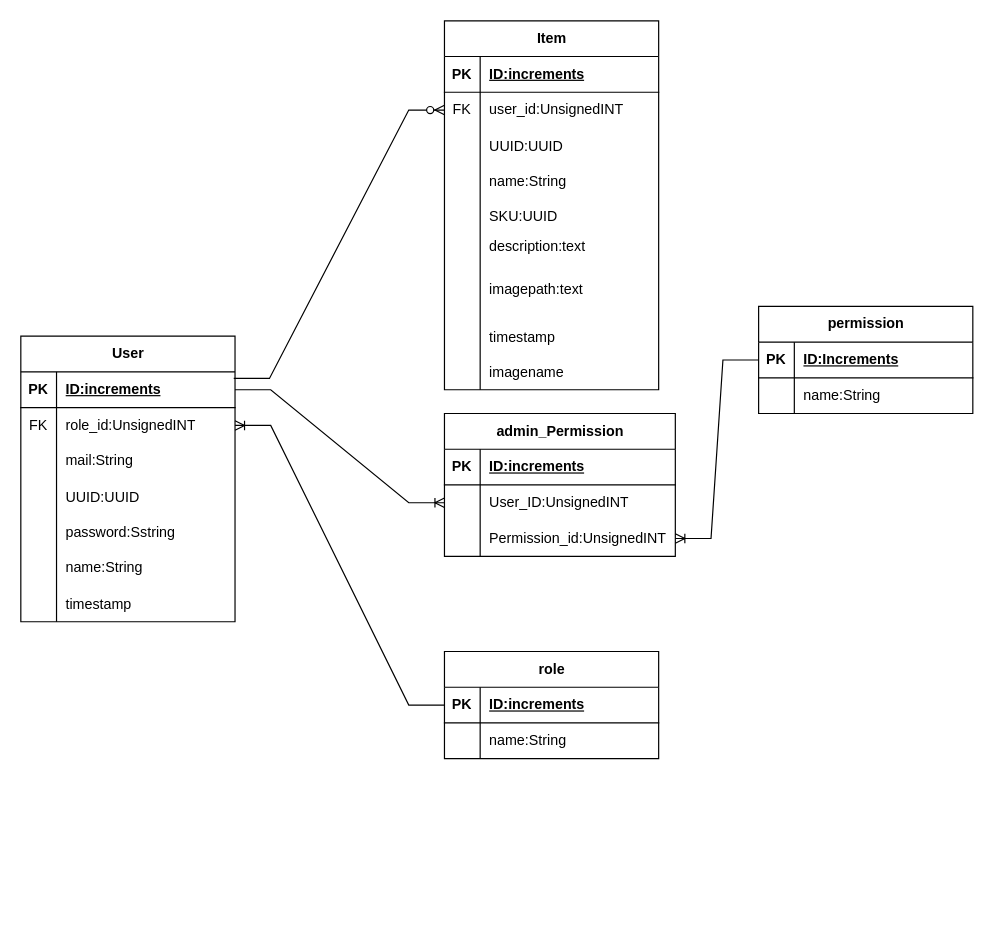
Earlier version of the draw.io diagram Document/ER.drawio (RyuseiNa/MelopanTestTask). Source tidied: cells renumbered, new cells numbered last; positions are measured from the earlier drawing's top-left corner, leaving out a move shared by most shapes. Both pictures are drawn from the tidied source at 119%, with x=0, y=0 at pixel (20, 20).
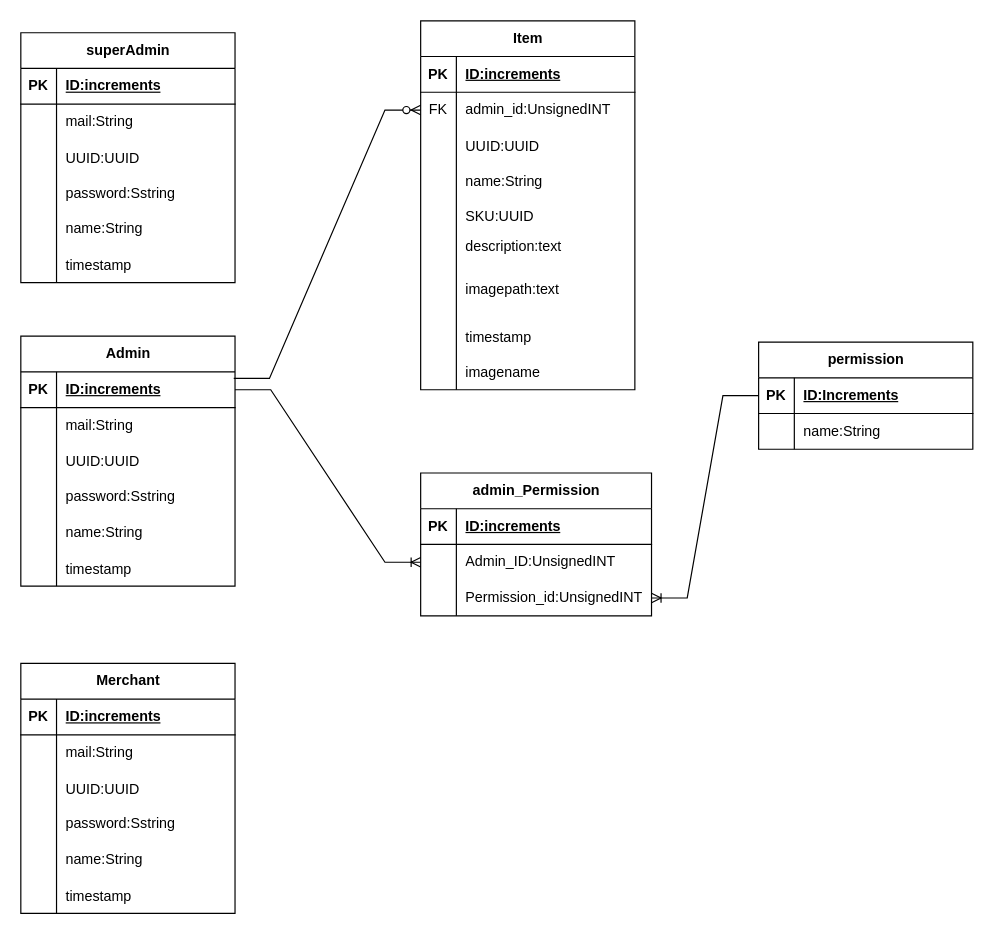
After the change.

Unchanged cells that the change refers to:
```xml
<mxCell id="6" style="shape=tableRow;horizontal=0;startSize=0;swimlaneHead=0;swimlaneBody=0;fillColor=none;points=[[0,0.5],[1,0.5]];portConstraint=eastwest;top=0;left=0;right=0;bottom=0;" parent="2" vertex="1">
  <mxGeometry y="60" width="180" height="30" as="geometry" />
</mxCell>
<mxCell id="64" style="shape=tableRow;horizontal=0;startSize=0;swimlaneHead=0;swimlaneBody=0;fillColor=none;points=[[0,0.5],[1,0.5]];portConstraint=eastwest;top=0;left=0;right=0;bottom=0;" parent="60" vertex="1">
  <mxGeometry y="60" width="194" height="30" as="geometry" />
</mxCell>
```

Change to the diagram source:
```diff
@@
     <mxCell id="2" value="Item" style="shape=table;startSize=30;childLayout=tableLayout;rowLines=0;fontStyle=1;align=center;html=1;" parent="1" vertex="1">
-      <mxGeometry x="356" width="180" height="310" as="geometry" />
+      <mxGeometry x="336" width="180" height="310" as="geometry" />
     </mxCell>
@@
-    <mxCell id="8" value="user_id:UnsignedINT" style="shape=partialRectangle;fillColor=none;top=0;left=0;bottom=0;right=0;align=left;spacingLeft=6;fontStyle=0;overflow=hidden;whiteSpace=wrap;html=1;" parent="6" vertex="1">
+    <mxCell id="8" value="admin_id:UnsignedINT" style="shape=partialRectangle;fillColor=none;top=0;left=0;bottom=0;right=0;align=left;spacingLeft=6;fontStyle=0;overflow=hidden;whiteSpace=wrap;html=1;" parent="6" vertex="1">
       <mxGeometry x="30" width="150" height="30" as="geometry" />
     </mxCell>
@@
     <mxCell id="30" value="permission" style="shape=table;startSize=30;childLayout=tableLayout;rowLines=0;fontStyle=1;align=center;html=1;" parent="1" vertex="1">
-      <mxGeometry x="620" y="240" width="180" height="90" as="geometry" />
+      <mxGeometry x="620" y="270" width="180" height="90" as="geometry" />
     </mxCell>
@@
-    <mxCell id="38" value="User&lt;br&gt;" style="shape=table;startSize=30;childLayout=tableLayout;rowLines=0;fontStyle=1;align=center;html=1;" parent="1" vertex="1">
-      <mxGeometry y="265" width="180" height="240" as="geometry" />
+    <mxCell id="38" value="Admin" style="shape=table;startSize=30;childLayout=tableLayout;rowLines=0;fontStyle=1;align=center;html=1;" parent="1" vertex="1">
+      <mxGeometry y="265" width="180" height="210" as="geometry" />
     </mxCell>
@@
-    <mxCell id="42" style="shape=tableRow;horizontal=0;startSize=0;swimlaneHead=0;swimlaneBody=0;fillColor=none;points=[[0,0.5],[1,0.5]];portConstraint=eastwest;top=0;left=0;right=0;bottom=0;" parent="38" vertex="1">
-      <mxGeometry y="60" width="180" height="30" as="geometry" />
-    </mxCell>
-    <mxCell id="43" value="FK" style="shape=partialRectangle;fillColor=none;top=0;left=0;bottom=0;right=0;fontStyle=0;overflow=hidden;whiteSpace=wrap;html=1;" parent="42" vertex="1">
-      <mxGeometry width="30" height="30" as="geometry" />
-    </mxCell>
-    <mxCell id="44" value="role_id:UnsignedINT" style="shape=partialRectangle;fillColor=none;top=0;left=0;bottom=0;right=0;align=left;spacingLeft=6;fontStyle=0;overflow=hidden;whiteSpace=wrap;html=1;" parent="42" vertex="1">
-      <mxGeometry x="30" width="150" height="30" as="geometry" />
-    </mxCell>
     <mxCell id="45" style="shape=tableRow;horizontal=0;startSize=0;swimlaneHead=0;swimlaneBody=0;fillColor=none;top=0;left=0;right=0;bottom=0;" parent="38" vertex="1">
-      <mxGeometry y="90" width="180" height="30" as="geometry" />
+      <mxGeometry y="60" width="180" height="30" as="geometry" />
     </mxCell>
@@
     <mxCell id="48" style="shape=tableRow;horizontal=0;startSize=0;swimlaneHead=0;swimlaneBody=0;fillColor=none;top=0;left=0;right=0;bottom=0;" parent="38" vertex="1">
-      <mxGeometry y="120" width="180" height="30" as="geometry" />
+      <mxGeometry y="90" width="180" height="30" as="geometry" />
     </mxCell>
@@
     <mxCell id="51" style="shape=tableRow;horizontal=0;startSize=0;swimlaneHead=0;swimlaneBody=0;fillColor=none;top=0;left=0;right=0;bottom=0;" parent="38" vertex="1">
-      <mxGeometry y="150" width="180" height="30" as="geometry" />
+      <mxGeometry y="120" width="180" height="30" as="geometry" />
     </mxCell>
@@
     <mxCell id="54" style="shape=tableRow;horizontal=0;startSize=0;swimlaneHead=0;swimlaneBody=0;fillColor=none;top=0;left=0;right=0;bottom=0;" parent="38" vertex="1">
-      <mxGeometry y="180" width="180" height="30" as="geometry" />
+      <mxGeometry y="150" width="180" height="30" as="geometry" />
     </mxCell>
@@
     <mxCell id="57" style="shape=tableRow;horizontal=0;startSize=0;swimlaneHead=0;swimlaneBody=0;fillColor=none;top=0;left=0;right=0;bottom=0;" parent="38" vertex="1">
-      <mxGeometry y="210" width="180" height="30" as="geometry" />
+      <mxGeometry y="180" width="180" height="30" as="geometry" />
     </mxCell>
@@
     <mxCell id="60" value="admin_Permission" style="shape=table;startSize=30;childLayout=tableLayout;rowLines=0;fontStyle=1;align=center;html=1;" parent="1" vertex="1">
-      <mxGeometry x="356" y="330" width="194" height="120" as="geometry" />
+      <mxGeometry x="336" y="380" width="194" height="120" as="geometry" />
     </mxCell>
@@
-    <mxCell id="66" value="User_ID:UnsignedINT" style="shape=partialRectangle;fillColor=none;top=0;left=0;bottom=0;right=0;align=left;spacingLeft=6;overflow=hidden;whiteSpace=wrap;html=1;" parent="64" vertex="1">
+    <mxCell id="66" value="Admin_ID:UnsignedINT" style="shape=partialRectangle;fillColor=none;top=0;left=0;bottom=0;right=0;align=left;spacingLeft=6;overflow=hidden;whiteSpace=wrap;html=1;" parent="64" vertex="1">
       <mxGeometry x="30" width="164" height="30" as="geometry" />
     </mxCell>
@@
-    <mxCell id="70" value="role" style="shape=table;startSize=30;childLayout=tableLayout;rowLines=0;fontStyle=1;align=center;html=1;" parent="1" vertex="1">
-      <mxGeometry x="356" y="530" width="180" height="90" as="geometry" />
-    </mxCell>
-    <mxCell id="71" style="shape=tableRow;horizontal=0;startSize=0;swimlaneHead=0;swimlaneBody=0;fillColor=none;points=[[0,0.5],[1,0.5]];portConstraint=eastwest;top=0;left=0;right=0;bottom=1;" parent="70" vertex="1">
-      <mxGeometry y="30" width="180" height="30" as="geometry" />
-    </mxCell>
-    <mxCell id="72" value="PK" style="shape=partialRectangle;fillColor=none;top=0;left=0;bottom=0;right=0;fontStyle=1;overflow=hidden;whiteSpace=wrap;html=1;" parent="71" vertex="1">
-      <mxGeometry width="30" height="30" as="geometry" />
-    </mxCell>
-    <mxCell id="73" value="ID:increments" style="shape=partialRectangle;fillColor=none;top=0;left=0;bottom=0;right=0;align=left;spacingLeft=6;fontStyle=5;overflow=hidden;whiteSpace=wrap;html=1;" parent="71" vertex="1">
-      <mxGeometry x="30" width="150" height="30" as="geometry" />
-    </mxCell>
-    <mxCell id="74" style="shape=tableRow;horizontal=0;startSize=0;swimlaneHead=0;swimlaneBody=0;fillColor=none;top=0;left=0;right=0;bottom=0;" parent="70" vertex="1">
-      <mxGeometry y="60" width="180" height="30" as="geometry" />
-    </mxCell>
-    <mxCell id="75" style="shape=partialRectangle;fillColor=none;top=0;left=0;bottom=0;right=0;overflow=hidden;whiteSpace=wrap;html=1;" parent="74" vertex="1">
-      <mxGeometry width="30" height="30" as="geometry" />
-    </mxCell>
-    <mxCell id="76" value="name:String" style="shape=partialRectangle;fillColor=none;top=0;left=0;bottom=0;right=0;align=left;spacingLeft=6;overflow=hidden;whiteSpace=wrap;html=1;" parent="74" vertex="1">
-      <mxGeometry x="30" width="150" height="30" as="geometry" />
-    </mxCell>
@@
-    <mxCell id="80" style="edgeStyle=entityRelationEdgeStyle;fontSize=12;html=1;endArrow=ERoneToMany;rounded=0;exitX=0;exitY=0.5;exitDx=0;exitDy=0;entryX=1;entryY=0.5;entryDx=0;entryDy=0;" parent="1" edge="1" source="71" target="42">
-      <mxGeometry relative="1" as="geometry" />
-    </mxCell>
@@
+    <mxCell id="82" value="superAdmin" style="shape=table;startSize=30;childLayout=tableLayout;rowLines=0;fontStyle=1;align=center;html=1;" parent="1" vertex="1">
+      <mxGeometry y="10" width="180" height="210" as="geometry" />
+    </mxCell>
+    <mxCell id="83" style="shape=tableRow;horizontal=0;startSize=0;swimlaneHead=0;swimlaneBody=0;fillColor=none;top=0;left=0;right=0;bottom=1;" parent="82" vertex="1">
+      <mxGeometry y="30" width="180" height="30" as="geometry" />
+    </mxCell>
+    <mxCell id="84" value="PK" style="shape=partialRectangle;fillColor=none;top=0;left=0;bottom=0;right=0;fontStyle=1;overflow=hidden;whiteSpace=wrap;html=1;" parent="83" vertex="1">
+      <mxGeometry width="30" height="30" as="geometry" />
+    </mxCell>
+    <mxCell id="85" value="ID:increments" style="shape=partialRectangle;fillColor=none;top=0;left=0;bottom=0;right=0;align=left;spacingLeft=6;fontStyle=5;overflow=hidden;whiteSpace=wrap;html=1;" parent="83" vertex="1">
+      <mxGeometry x="30" width="150" height="30" as="geometry" />
+    </mxCell>
+    <mxCell id="86" style="shape=tableRow;horizontal=0;startSize=0;swimlaneHead=0;swimlaneBody=0;fillColor=none;top=0;left=0;right=0;bottom=0;" parent="82" vertex="1">
+      <mxGeometry y="60" width="180" height="30" as="geometry" />
+    </mxCell>
+    <mxCell id="87" style="shape=partialRectangle;fillColor=none;top=0;left=0;bottom=0;right=0;overflow=hidden;whiteSpace=wrap;html=1;" parent="86" vertex="1">
+      <mxGeometry width="30" height="30" as="geometry" />
+    </mxCell>
+    <mxCell id="88" value="mail:String" style="shape=partialRectangle;fillColor=none;top=0;left=0;bottom=0;right=0;align=left;spacingLeft=6;overflow=hidden;whiteSpace=wrap;html=1;" parent="86" vertex="1">
+      <mxGeometry x="30" width="150" height="30" as="geometry" />
+    </mxCell>
+    <mxCell id="89" style="shape=tableRow;horizontal=0;startSize=0;swimlaneHead=0;swimlaneBody=0;fillColor=none;top=0;left=0;right=0;bottom=0;" parent="82" vertex="1">
+      <mxGeometry y="90" width="180" height="30" as="geometry" />
+    </mxCell>
+    <mxCell id="90" style="shape=partialRectangle;fillColor=none;top=0;left=0;bottom=0;right=0;overflow=hidden;" parent="89" vertex="1">
+      <mxGeometry width="30" height="30" as="geometry" />
+    </mxCell>
+    <mxCell id="91" value="UUID:UUID" style="shape=partialRectangle;fillColor=none;top=0;left=0;bottom=0;right=0;align=left;spacingLeft=6;overflow=hidden;" parent="89" vertex="1">
+      <mxGeometry x="30" width="150" height="30" as="geometry" />
+    </mxCell>
+    <mxCell id="92" style="shape=tableRow;horizontal=0;startSize=0;swimlaneHead=0;swimlaneBody=0;fillColor=none;top=0;left=0;right=0;bottom=0;" parent="82" vertex="1">
+      <mxGeometry y="120" width="180" height="30" as="geometry" />
+    </mxCell>
+    <mxCell id="93" style="shape=partialRectangle;fillColor=none;top=0;left=0;bottom=0;right=0;overflow=hidden;whiteSpace=wrap;html=1;" parent="92" vertex="1">
+      <mxGeometry width="30" height="30" as="geometry" />
+    </mxCell>
+    <mxCell id="94" value="password:Sstring" style="shape=partialRectangle;fillColor=none;top=0;left=0;bottom=0;right=0;align=left;spacingLeft=6;overflow=hidden;whiteSpace=wrap;html=1;" parent="92" vertex="1">
+      <mxGeometry x="30" width="150" height="30" as="geometry" />
+    </mxCell>
+    <mxCell id="95" style="shape=tableRow;horizontal=0;startSize=0;swimlaneHead=0;swimlaneBody=0;fillColor=none;top=0;left=0;right=0;bottom=0;" parent="82" vertex="1">
+      <mxGeometry y="150" width="180" height="30" as="geometry" />
+    </mxCell>
+    <mxCell id="96" style="shape=partialRectangle;fillColor=none;top=0;left=0;bottom=0;right=0;overflow=hidden;whiteSpace=wrap;html=1;" parent="95" vertex="1">
+      <mxGeometry width="30" height="30" as="geometry" />
+    </mxCell>
+    <mxCell id="97" value="name:String" style="shape=partialRectangle;fillColor=none;top=0;left=0;bottom=0;right=0;align=left;spacingLeft=6;overflow=hidden;whiteSpace=wrap;html=1;" parent="95" vertex="1">
+      <mxGeometry x="30" width="150" height="30" as="geometry" />
+    </mxCell>
+    <mxCell id="98" style="shape=tableRow;horizontal=0;startSize=0;swimlaneHead=0;swimlaneBody=0;fillColor=none;top=0;left=0;right=0;bottom=0;" parent="82" vertex="1">
+      <mxGeometry y="180" width="180" height="30" as="geometry" />
+    </mxCell>
+    <mxCell id="99" style="shape=partialRectangle;fillColor=none;top=0;left=0;bottom=0;right=0;overflow=hidden;" parent="98" vertex="1">
+      <mxGeometry width="30" height="30" as="geometry" />
+    </mxCell>
+    <mxCell id="100" value="timestamp" style="shape=partialRectangle;fillColor=none;top=0;left=0;bottom=0;right=0;align=left;spacingLeft=6;overflow=hidden;" parent="98" vertex="1">
+      <mxGeometry x="30" width="150" height="30" as="geometry" />
+    </mxCell>
+    <mxCell id="101" value="Merchant" style="shape=table;startSize=30;childLayout=tableLayout;rowLines=0;fontStyle=1;align=center;html=1;" parent="1" vertex="1">
+      <mxGeometry y="540" width="180" height="210" as="geometry" />
+    </mxCell>
+    <mxCell id="102" style="shape=tableRow;horizontal=0;startSize=0;swimlaneHead=0;swimlaneBody=0;fillColor=none;top=0;left=0;right=0;bottom=1;" parent="101" vertex="1">
+      <mxGeometry y="30" width="180" height="30" as="geometry" />
+    </mxCell>
+    <mxCell id="103" value="PK" style="shape=partialRectangle;fillColor=none;top=0;left=0;bottom=0;right=0;fontStyle=1;overflow=hidden;whiteSpace=wrap;html=1;" parent="102" vertex="1">
+      <mxGeometry width="30" height="30" as="geometry" />
+    </mxCell>
+    <mxCell id="104" value="ID:increments" style="shape=partialRectangle;fillColor=none;top=0;left=0;bottom=0;right=0;align=left;spacingLeft=6;fontStyle=5;overflow=hidden;whiteSpace=wrap;html=1;" parent="102" vertex="1">
+      <mxGeometry x="30" width="150" height="30" as="geometry" />
+    </mxCell>
+    <mxCell id="105" style="shape=tableRow;horizontal=0;startSize=0;swimlaneHead=0;swimlaneBody=0;fillColor=none;top=0;left=0;right=0;bottom=0;" parent="101" vertex="1">
+      <mxGeometry y="60" width="180" height="30" as="geometry" />
+    </mxCell>
+    <mxCell id="106" style="shape=partialRectangle;fillColor=none;top=0;left=0;bottom=0;right=0;overflow=hidden;whiteSpace=wrap;html=1;" parent="105" vertex="1">
+      <mxGeometry width="30" height="30" as="geometry" />
+    </mxCell>
+    <mxCell id="107" value="mail:String" style="shape=partialRectangle;fillColor=none;top=0;left=0;bottom=0;right=0;align=left;spacingLeft=6;overflow=hidden;whiteSpace=wrap;html=1;" parent="105" vertex="1">
+      <mxGeometry x="30" width="150" height="30" as="geometry" />
+    </mxCell>
+    <mxCell id="108" style="shape=tableRow;horizontal=0;startSize=0;swimlaneHead=0;swimlaneBody=0;fillColor=none;top=0;left=0;right=0;bottom=0;" parent="101" vertex="1">
+      <mxGeometry y="90" width="180" height="30" as="geometry" />
+    </mxCell>
+    <mxCell id="109" style="shape=partialRectangle;fillColor=none;top=0;left=0;bottom=0;right=0;overflow=hidden;" parent="108" vertex="1">
+      <mxGeometry width="30" height="30" as="geometry" />
+    </mxCell>
+    <mxCell id="110" value="UUID:UUID" style="shape=partialRectangle;fillColor=none;top=0;left=0;bottom=0;right=0;align=left;spacingLeft=6;overflow=hidden;" parent="108" vertex="1">
+      <mxGeometry x="30" width="150" height="30" as="geometry" />
+    </mxCell>
+    <mxCell id="111" style="shape=tableRow;horizontal=0;startSize=0;swimlaneHead=0;swimlaneBody=0;fillColor=none;top=0;left=0;right=0;bottom=0;" parent="101" vertex="1">
+      <mxGeometry y="120" width="180" height="30" as="geometry" />
+    </mxCell>
+    <mxCell id="112" style="shape=partialRectangle;fillColor=none;top=0;left=0;bottom=0;right=0;overflow=hidden;whiteSpace=wrap;html=1;" parent="111" vertex="1">
+      <mxGeometry width="30" height="30" as="geometry" />
+    </mxCell>
+    <mxCell id="113" value="password:Sstring" style="shape=partialRectangle;fillColor=none;top=0;left=0;bottom=0;right=0;align=left;spacingLeft=6;overflow=hidden;whiteSpace=wrap;html=1;" parent="111" vertex="1">
+      <mxGeometry x="30" width="150" height="30" as="geometry" />
+    </mxCell>
+    <mxCell id="114" style="shape=tableRow;horizontal=0;startSize=0;swimlaneHead=0;swimlaneBody=0;fillColor=none;top=0;left=0;right=0;bottom=0;" parent="101" vertex="1">
+      <mxGeometry y="150" width="180" height="30" as="geometry" />
+    </mxCell>
+    <mxCell id="115" style="shape=partialRectangle;fillColor=none;top=0;left=0;bottom=0;right=0;overflow=hidden;whiteSpace=wrap;html=1;" parent="114" vertex="1">
+      <mxGeometry width="30" height="30" as="geometry" />
+    </mxCell>
+    <mxCell id="116" value="name:String" style="shape=partialRectangle;fillColor=none;top=0;left=0;bottom=0;right=0;align=left;spacingLeft=6;overflow=hidden;whiteSpace=wrap;html=1;" parent="114" vertex="1">
+      <mxGeometry x="30" width="150" height="30" as="geometry" />
+    </mxCell>
+    <mxCell id="117" style="shape=tableRow;horizontal=0;startSize=0;swimlaneHead=0;swimlaneBody=0;fillColor=none;top=0;left=0;right=0;bottom=0;" parent="101" vertex="1">
+      <mxGeometry y="180" width="180" height="30" as="geometry" />
+    </mxCell>
+    <mxCell id="118" style="shape=partialRectangle;fillColor=none;top=0;left=0;bottom=0;right=0;overflow=hidden;" parent="117" vertex="1">
+      <mxGeometry width="30" height="30" as="geometry" />
+    </mxCell>
+    <mxCell id="119" value="timestamp" style="shape=partialRectangle;fillColor=none;top=0;left=0;bottom=0;right=0;align=left;spacingLeft=6;overflow=hidden;" parent="117" vertex="1">
+      <mxGeometry x="30" width="150" height="30" as="geometry" />
+    </mxCell>
```
